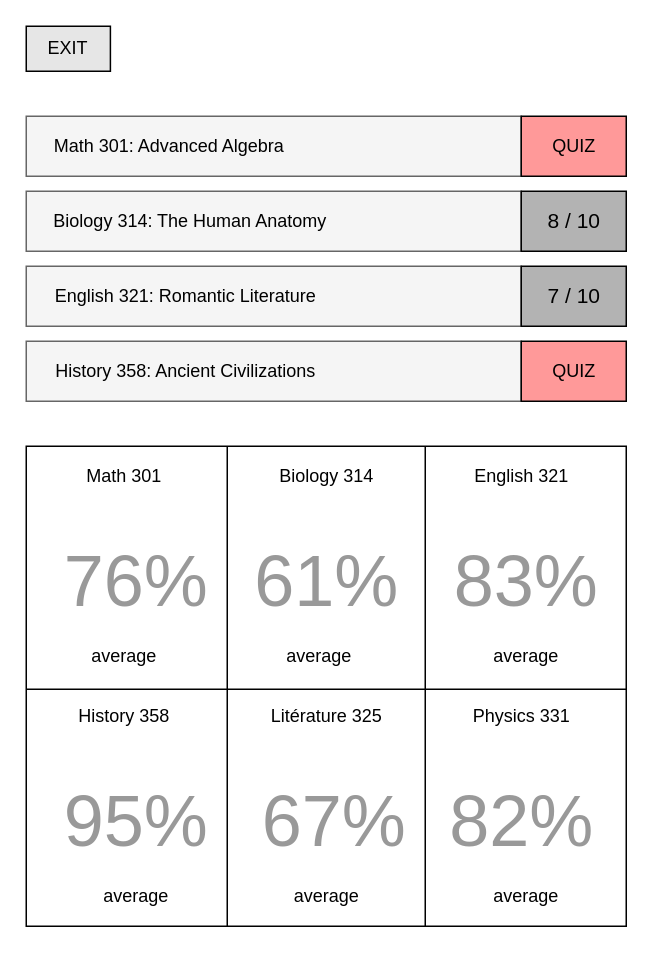
Above: page "studentMain" (4 of 6) of Untitled Diagram.drawio in Yousef-Emadi/ZOE-Website (draw.io), before the change. Source tidied: cells renumbered, new cells numbered last; positions are measured from the earlier drawing's top-left corner, leaving out a move shared by most shapes. Both pictures are drawn from the tidied source at 150%, with x=0, y=0 at pixel (26, 26).
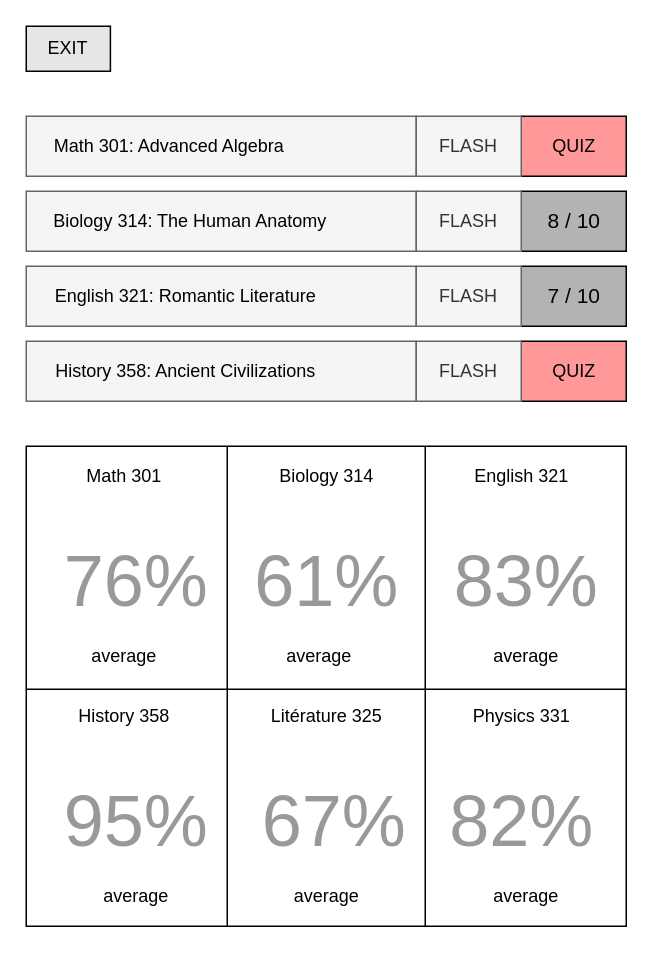
The same diagram, later.

Diff of the diagram source:
```diff
@@
     <mxCell id="11" style="rounded=0;whiteSpace=wrap;html=1;fillColor=#f5f5f5;strokeColor=#666666;fontColor=#333333;" parent="1" vertex="1">
-      <mxGeometry y="60" width="330" height="40" as="geometry" />
+      <mxGeometry y="60" width="260" height="40" as="geometry" />
     </mxCell>
@@
     <mxCell id="15" style="rounded=0;whiteSpace=wrap;html=1;fillColor=#f5f5f5;strokeColor=#666666;fontColor=#333333;" parent="1" vertex="1">
-      <mxGeometry y="110" width="330" height="40" as="geometry" />
+      <mxGeometry y="110" width="260" height="40" as="geometry" />
     </mxCell>
@@
     <mxCell id="18" style="rounded=0;whiteSpace=wrap;html=1;fillColor=#f5f5f5;strokeColor=#666666;fontColor=#333333;" parent="1" vertex="1">
-      <mxGeometry y="160" width="330" height="40" as="geometry" />
+      <mxGeometry y="160" width="260" height="40" as="geometry" />
     </mxCell>
@@
     <mxCell id="21" style="rounded=0;whiteSpace=wrap;html=1;fillColor=#f5f5f5;strokeColor=#666666;fontColor=#333333;" parent="1" vertex="1">
-      <mxGeometry y="210" width="330" height="40" as="geometry" />
+      <mxGeometry y="210" width="260" height="40" as="geometry" />
     </mxCell>
@@
+    <mxCell id="47" value="FLASH" style="rounded=0;whiteSpace=wrap;html=1;fillColor=#f5f5f5;strokeColor=#666666;fontColor=#333333;" parent="1" vertex="1">
+      <mxGeometry x="260" y="60" width="70" height="40" as="geometry" />
+    </mxCell>
+    <mxCell id="48" value="FLASH" style="rounded=0;whiteSpace=wrap;html=1;fillColor=#f5f5f5;strokeColor=#666666;fontColor=#333333;" parent="1" vertex="1">
+      <mxGeometry x="260" y="110" width="70" height="40" as="geometry" />
+    </mxCell>
+    <mxCell id="49" value="FLASH" style="rounded=0;whiteSpace=wrap;html=1;fillColor=#f5f5f5;strokeColor=#666666;fontColor=#333333;" parent="1" vertex="1">
+      <mxGeometry x="260" y="160" width="70" height="40" as="geometry" />
+    </mxCell>
+    <mxCell id="50" value="FLASH" style="rounded=0;whiteSpace=wrap;html=1;fillColor=#f5f5f5;strokeColor=#666666;fontColor=#333333;" parent="1" vertex="1">
+      <mxGeometry x="260" y="210" width="70" height="40" as="geometry" />
+    </mxCell>
```
